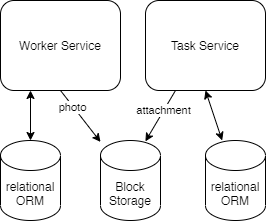
Above: tugas/tugas-besar-task-orm.png in Super-Bootcamp-2021/13-orm (draw.io), before the change. Source tidied: cells renumbered, new cells last; positions are measured from the earlier drawing's top-left corner, leaving out a move shared by most shapes. The source it was exported from:
```xml
<mxGraphModel>
  <root>
    <mxCell id="0" />
    <mxCell id="1" parent="0" />
    <mxCell id="2" style="rounded=0;jettySize=auto;html=1;exitX=0.5;exitY=1;exitDx=0;exitDy=0;" parent="1" edge="1" source="5" target="12">
      <mxGeometry relative="1" as="geometry" />
    </mxCell>
    <mxCell id="3" value="photo" style="edgeLabel;html=1;align=center;verticalAlign=middle;" parent="2" vertex="1">
      <mxGeometry x="-0.37" y="-1" relative="1" as="geometry" />
    </mxCell>
    <mxCell id="4" style="edgeStyle=none;rounded=0;jettySize=auto;html=1;exitX=0.25;exitY=1;exitDx=0;exitDy=0;entryX=0.5;entryY=0;entryDx=0;entryDy=0;entryPerimeter=0;startArrow=classic;startFill=1;" parent="1" edge="1" source="5" target="10">
      <mxGeometry relative="1" as="geometry" />
    </mxCell>
    <mxCell id="5" value="Worker Service" style="rounded=1;whiteSpace=wrap;html=1;" parent="1" vertex="1">
      <mxGeometry width="120" height="90" as="geometry" />
    </mxCell>
    <mxCell id="6" style="edgeStyle=none;rounded=0;jettySize=auto;html=1;exitX=0.25;exitY=1;exitDx=0;exitDy=0;entryX=0.748;entryY=0.011;entryDx=0;entryDy=0;entryPerimeter=0;" parent="1" edge="1" source="9" target="12">
      <mxGeometry relative="1" as="geometry" />
    </mxCell>
    <mxCell id="7" value="attachment" style="edgeLabel;html=1;align=center;verticalAlign=middle;" parent="6" vertex="1">
      <mxGeometry x="-0.21" y="-1" relative="1" as="geometry" />
    </mxCell>
    <mxCell id="8" style="edgeStyle=none;rounded=0;jettySize=auto;html=1;exitX=0.5;exitY=1;exitDx=0;exitDy=0;startArrow=classic;startFill=1;" parent="1" edge="1" source="9" target="11">
      <mxGeometry relative="1" as="geometry" />
    </mxCell>
    <mxCell id="9" value="Task Service" style="rounded=1;whiteSpace=wrap;html=1;" parent="1" vertex="1">
      <mxGeometry x="145" width="120" height="90" as="geometry" />
    </mxCell>
    <mxCell id="10" value="relational&lt;br&gt;ORM" style="shape=cylinder3;whiteSpace=wrap;html=1;boundedLbl=1;backgroundOutline=1;size=15;" parent="1" vertex="1">
      <mxGeometry y="140" width="60" height="80" as="geometry" />
    </mxCell>
    <mxCell id="11" value="relational&lt;br&gt;ORM" style="shape=cylinder3;whiteSpace=wrap;html=1;boundedLbl=1;backgroundOutline=1;size=15;" parent="1" vertex="1">
      <mxGeometry x="205" y="140" width="60" height="80" as="geometry" />
    </mxCell>
    <mxCell id="12" value="Block Storage" style="shape=cylinder3;whiteSpace=wrap;html=1;boundedLbl=1;backgroundOutline=1;size=15;" parent="1" vertex="1">
      <mxGeometry x="100" y="140" width="60" height="80" as="geometry" />
    </mxCell>
  </root>
</mxGraphModel>
```
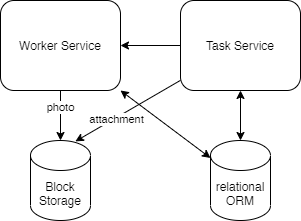
Above is the later version.

Commit message:
update assignment diagram

What changed in the source:
```diff
@@ -8,32 +8,34 @@
     <mxCell id="3" value="photo" style="edgeLabel;html=1;align=center;verticalAlign=middle;" parent="2" vertex="1">
       <mxGeometry x="-0.37" y="-1" relative="1" as="geometry" />
     </mxCell>
-    <mxCell id="4" style="edgeStyle=none;rounded=0;jettySize=auto;html=1;exitX=0.25;exitY=1;exitDx=0;exitDy=0;entryX=0.5;entryY=0;entryDx=0;entryDy=0;entryPerimeter=0;startArrow=classic;startFill=1;" parent="1" edge="1" source="5" target="10">
+    <mxCell id="4" style="edgeStyle=none;rounded=0;jettySize=auto;html=1;startArrow=classic;startFill=1;" parent="1" edge="1" source="5" target="10">
       <mxGeometry relative="1" as="geometry" />
     </mxCell>
     <mxCell id="5" value="Worker Service" style="rounded=1;whiteSpace=wrap;html=1;" parent="1" vertex="1">
-      <mxGeometry width="120" height="90" as="geometry" />
+      <mxGeometry x="-10" y="-10" width="120" height="90" as="geometry" />
     </mxCell>
-    <mxCell id="6" style="edgeStyle=none;rounded=0;jettySize=auto;html=1;exitX=0.25;exitY=1;exitDx=0;exitDy=0;entryX=0.748;entryY=0.011;entryDx=0;entryDy=0;entryPerimeter=0;" parent="1" edge="1" source="9" target="12">
+    <mxCell id="6" style="edgeStyle=none;rounded=0;jettySize=auto;html=1;entryX=0.748;entryY=0.011;entryDx=0;entryDy=0;entryPerimeter=0;" parent="1" edge="1" source="9" target="12">
       <mxGeometry relative="1" as="geometry" />
     </mxCell>
     <mxCell id="7" value="attachment" style="edgeLabel;html=1;align=center;verticalAlign=middle;" parent="6" vertex="1">
-      <mxGeometry x="-0.21" y="-1" relative="1" as="geometry" />
+      <mxGeometry x="-0.21" y="-1" relative="1" as="geometry">
+        <mxPoint x="-22.1" y="15.6" as="offset" />
+      </mxGeometry>
     </mxCell>
-    <mxCell id="8" style="edgeStyle=none;rounded=0;jettySize=auto;html=1;exitX=0.5;exitY=1;exitDx=0;exitDy=0;startArrow=classic;startFill=1;" parent="1" edge="1" source="9" target="11">
+    <mxCell id="8" style="edgeStyle=none;rounded=0;jettySize=auto;html=1;exitX=0.5;exitY=1;exitDx=0;exitDy=0;startArrow=classic;startFill=1;" parent="1" edge="1" source="9" target="10">
       <mxGeometry relative="1" as="geometry" />
     </mxCell>
+    <mxCell id="13" style="edgeStyle=orthogonalEdgeStyle;rounded=0;jettySize=auto;html=1;exitX=0;exitY=0.5;exitDx=0;exitDy=0;entryX=1;entryY=0.5;entryDx=0;entryDy=0;" parent="1" edge="1" source="9" target="5">
+      <mxGeometry relative="1" as="geometry" />
+    </mxCell>
     <mxCell id="9" value="Task Service" style="rounded=1;whiteSpace=wrap;html=1;" parent="1" vertex="1">
-      <mxGeometry x="145" width="120" height="90" as="geometry" />
+      <mxGeometry x="170" y="-10" width="120" height="90" as="geometry" />
     </mxCell>
     <mxCell id="10" value="relational&lt;br&gt;ORM" style="shape=cylinder3;whiteSpace=wrap;html=1;boundedLbl=1;backgroundOutline=1;size=15;" parent="1" vertex="1">
-      <mxGeometry y="140" width="60" height="80" as="geometry" />
+      <mxGeometry x="200" y="130" width="60" height="80" as="geometry" />
     </mxCell>
-    <mxCell id="11" value="relational&lt;br&gt;ORM" style="shape=cylinder3;whiteSpace=wrap;html=1;boundedLbl=1;backgroundOutline=1;size=15;" parent="1" vertex="1">
-      <mxGeometry x="205" y="140" width="60" height="80" as="geometry" />
-    </mxCell>
     <mxCell id="12" value="Block Storage" style="shape=cylinder3;whiteSpace=wrap;html=1;boundedLbl=1;backgroundOutline=1;size=15;" parent="1" vertex="1">
-      <mxGeometry x="100" y="140" width="60" height="80" as="geometry" />
+      <mxGeometry x="20" y="130" width="60" height="80" as="geometry" />
     </mxCell>
   </root>
 </mxGraphModel>
```
